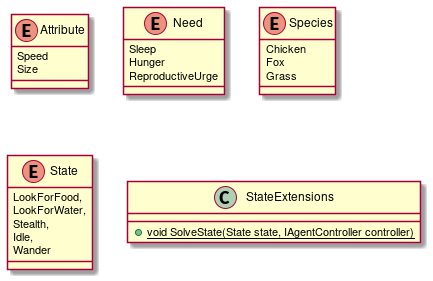
The PlantUML diagram Assets/UMLs/Enums.png in markovia-team/markovia, before a commit. Its diagram source:
```plantuml
@startuml
enum Attribute {
Speed
Size
}

enum Need {
Sleep
Hunger
ReproductiveUrge
}

enum Species {
Chicken
Fox
Grass
}

enum State {
    LookForFood,
    LookForWater,
    Stealth,
    Idle,
    Wander
}

class StateExtensions {
+{static} void SolveState(State state, IAgentController controller)
}

@enduml
```
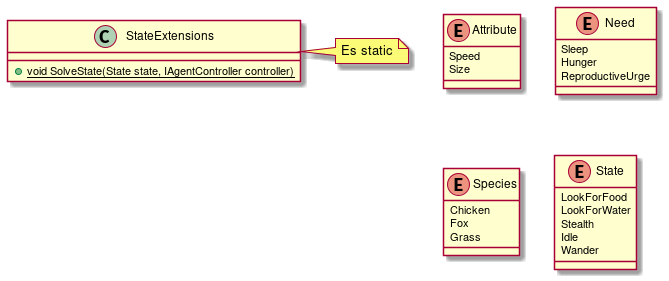
Above is the later version.

The edit, as a diff of the source:
```diff
@@ -17,15 +17,19 @@
 }
 
 enum State {
-    LookForFood,
-    LookForWater,
-    Stealth,
-    Idle,
-    Wander
+LookForFood
+LookForWater
+Stealth
+Idle
+Wander
 }
 
 class StateExtensions {
 +{static} void SolveState(State state, IAgentController controller)
 }
 
+note right of StateExtensions
+Es static
+end note
+
 @enduml
```
